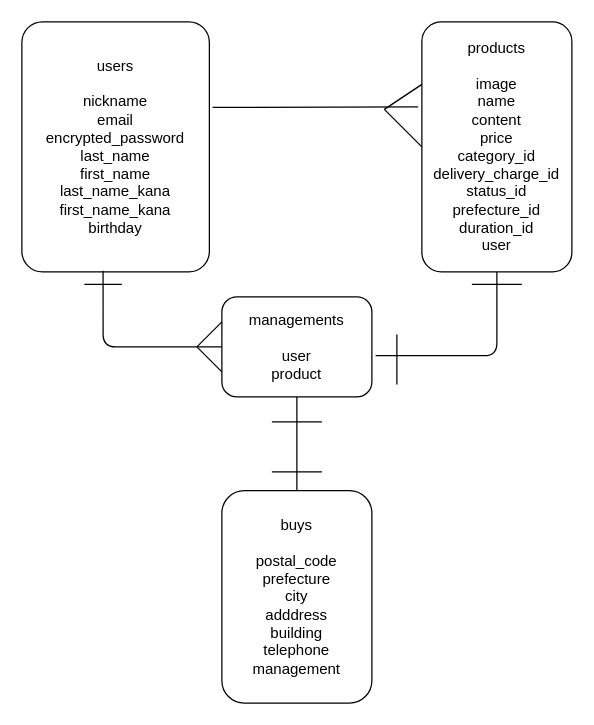
The draw.io diagram furima.drawio in konoha1230/furima-32358, before the edit. Source tidied: cells renumbered, new cells numbered last; positions are measured from the earlier drawing's top-left corner, leaving out a move shared by most shapes. Both pictures are drawn from the tidied source at 125%, with x=0, y=0 at pixel (21, 21).
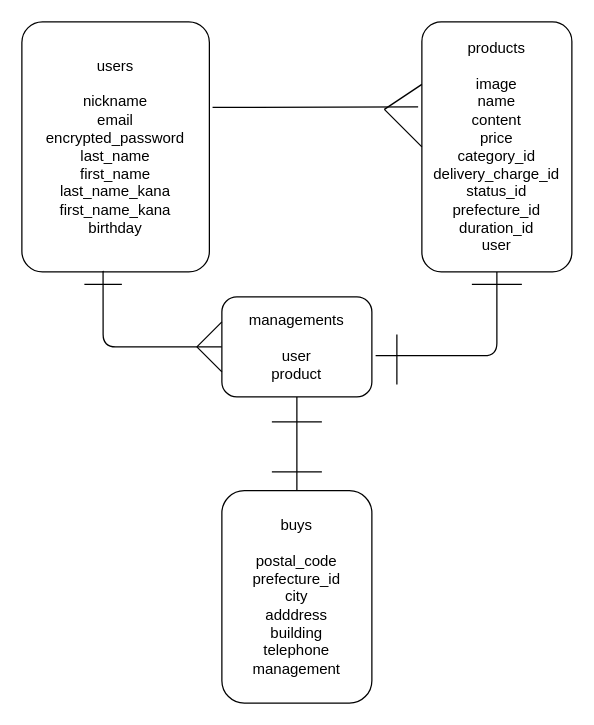
The same page after the edit.

Commit message (it also covers changes not shown here):
ER図とREADMEの5度目の修正

Diff of the diagram source:
```diff
@@
-    <mxCell id="4" value="buys&lt;br&gt;&lt;br&gt;postal_code&lt;br&gt;prefecture&lt;br&gt;city&lt;br&gt;adddress&lt;br&gt;building&lt;br&gt;telephone&lt;br&gt;management" style="rounded=1;whiteSpace=wrap;html=1;align=center;" parent="1" vertex="1">
+    <mxCell id="4" value="buys&lt;br&gt;&lt;br&gt;postal_code&lt;br&gt;prefecture_id&lt;br&gt;city&lt;br&gt;adddress&lt;br&gt;building&lt;br&gt;telephone&lt;br&gt;management" style="rounded=1;whiteSpace=wrap;html=1;align=center;" parent="1" vertex="1">
       <mxGeometry x="160" y="375" width="120" height="170" as="geometry" />
     </mxCell>
```
